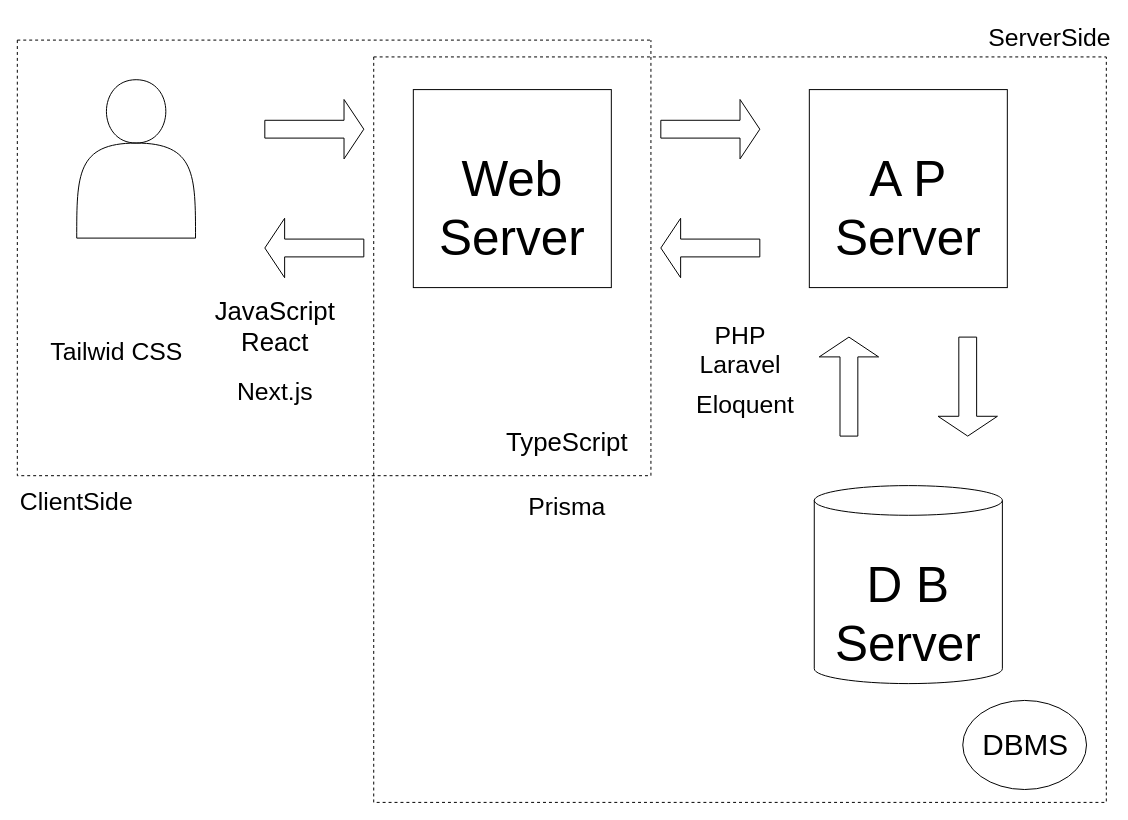
Before: web.drawio in kei615ykhm/learning-record, a draw.io diagram. Source tidied: cells renumbered, new cells numbered last; positions are measured from the earlier drawing's top-left corner, leaving out a move shared by most shapes. Both pictures are drawn from the tidied source at 99%, with x=0, y=0 at pixel (17, 20).
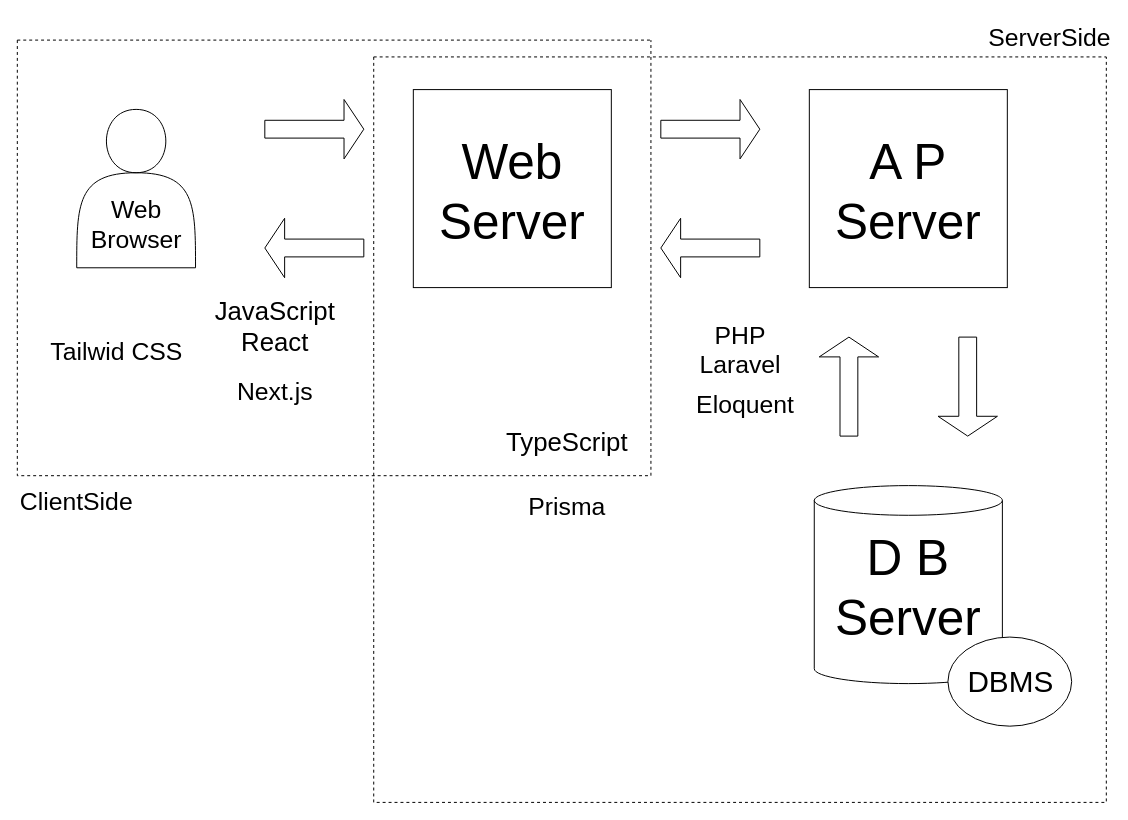
The same page after the edit.

Commit message:
Webブラウザの概念を追加

The change refers to these unchanged cells:
```xml
<mxCell id="5" style="swimlane;startSize=0;dashed=1;" parent="1" vertex="1">
  <mxGeometry y="20" width="640" height="440" as="geometry" />
</mxCell>
<mxCell id="10" style="swimlane;startSize=0;dashed=1;" parent="1" vertex="1">
  <mxGeometry x="360" y="37" width="740" height="753" as="geometry" />
</mxCell>
```

The edit, as a diff of the source:
```diff
@@
     <mxCell id="6" style="shape=actor;whiteSpace=wrap;html=1;" parent="5" vertex="1">
-      <mxGeometry x="60" y="40" width="120" height="160" as="geometry" />
+      <mxGeometry x="60" y="70" width="120" height="160" as="geometry" />
     </mxCell>
@@
+    <mxCell id="28" value="Web&lt;br&gt;Browser" style="text;html=1;align=center;verticalAlign=middle;strokeColor=none;fillColor=none;fontSize=25;" parent="5" vertex="1">
+      <mxGeometry x="60" y="150" width="120" height="70" as="geometry" />
+    </mxCell>
@@
     <mxCell id="11" value="Web Server" style="text;html=1;strokeColor=none;fillColor=none;align=center;verticalAlign=middle;whiteSpace=wrap;rounded=0;fontSize=50;" parent="10" vertex="1">
-      <mxGeometry x="85" y="120" width="110" height="65" as="geometry" />
+      <mxGeometry x="85" y="103" width="110" height="65" as="geometry" />
     </mxCell>
     <mxCell id="12" value="A P Server" style="text;html=1;strokeColor=none;fillColor=none;align=center;verticalAlign=middle;whiteSpace=wrap;rounded=0;fontSize=50;" parent="10" vertex="1">
-      <mxGeometry x="485" y="120" width="110" height="65" as="geometry" />
+      <mxGeometry x="485" y="103" width="110" height="65" as="geometry" />
     </mxCell>
     <mxCell id="13" value="D B Server" style="text;html=1;strokeColor=none;fillColor=none;align=center;verticalAlign=middle;whiteSpace=wrap;rounded=0;fontSize=50;" parent="10" vertex="1">
-      <mxGeometry x="485" y="530" width="110" height="65" as="geometry" />
+      <mxGeometry x="485" y="503" width="110" height="65" as="geometry" />
     </mxCell>
     <mxCell id="14" style="ellipse;whiteSpace=wrap;html=1;fontSize=30;" parent="10" vertex="1">
-      <mxGeometry x="595" y="650" width="125" height="90" as="geometry" />
+      <mxGeometry x="580" y="586" width="125" height="90" as="geometry" />
     </mxCell>
     <mxCell id="15" value="DBMS" style="text;html=1;align=center;verticalAlign=middle;strokeColor=none;fillColor=none;fontSize=30;" parent="10" vertex="1">
-      <mxGeometry x="602.5" y="670" width="110" height="50" as="geometry" />
+      <mxGeometry x="587.5" y="606" width="110" height="50" as="geometry" />
     </mxCell>
```
